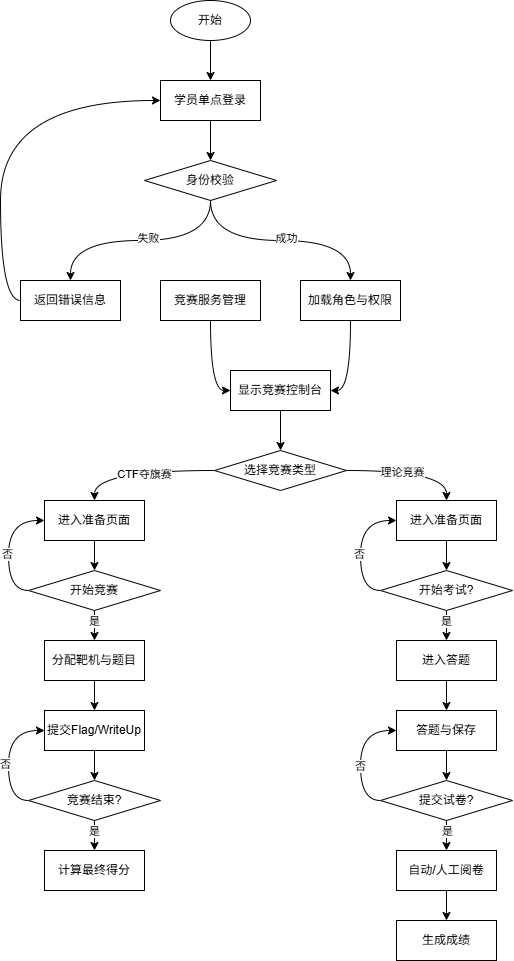
Before: 竞赛一体化平台系统信息流程图.png, a diagram exported from draw.io (BlueTeethAC/drowIOWarehouse). Source tidied: cells renumbered, new cells last; positions are measured from the earlier drawing's top-left corner, leaving out a move shared by most shapes.
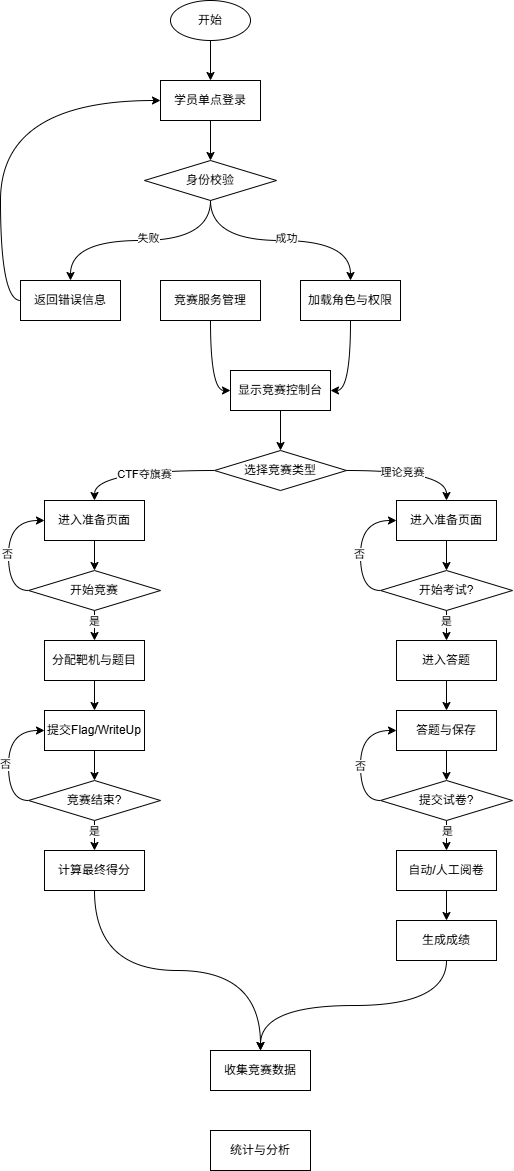
The same diagram one commit later.

Commit message:
更新竞赛一体化平台系统信息流程图.png

Diff of the diagram source:
```diff
@@ -116,6 +116,9 @@
     <mxCell id="39" value="竞赛结束?" style="rhombus;whiteSpace=wrap;html=1;" parent="1" vertex="1">
       <mxGeometry x="8" y="780" width="132" height="40" as="geometry" />
     </mxCell>
+    <mxCell id="60" style="edgeStyle=orthogonalEdgeStyle;curved=1;rounded=0;jettySize=auto;html=1;exitX=0.5;exitY=1;exitDx=0;exitDy=0;" parent="1" edge="1" source="40" target="62">
+      <mxGeometry relative="1" as="geometry" />
+    </mxCell>
     <mxCell id="40" value="计算最终得分" style="rounded=0;whiteSpace=wrap;html=1;" parent="1" vertex="1">
       <mxGeometry x="24" y="850" width="100" height="40" as="geometry" />
     </mxCell>
@@ -173,8 +176,17 @@
     <mxCell id="58" value="自动/人工阅卷" style="rounded=0;whiteSpace=wrap;html=1;" parent="1" vertex="1">
       <mxGeometry x="376" y="850" width="100" height="40" as="geometry" />
     </mxCell>
+    <mxCell id="61" style="edgeStyle=orthogonalEdgeStyle;curved=1;rounded=0;jettySize=auto;html=1;exitX=0.5;exitY=1;exitDx=0;exitDy=0;entryX=0.5;entryY=0;entryDx=0;entryDy=0;" parent="1" edge="1" source="59" target="62">
+      <mxGeometry relative="1" as="geometry" />
+    </mxCell>
     <mxCell id="59" value="生成成绩" style="rounded=0;whiteSpace=wrap;html=1;" parent="1" vertex="1">
       <mxGeometry x="376" y="920" width="100" height="40" as="geometry" />
     </mxCell>
+    <mxCell id="62" value="收集竞赛数据" style="rounded=0;whiteSpace=wrap;html=1;" parent="1" vertex="1">
+      <mxGeometry x="190" y="1050" width="100" height="40" as="geometry" />
+    </mxCell>
+    <mxCell id="63" value="统计与分析" style="rounded=0;whiteSpace=wrap;html=1;" parent="1" vertex="1">
+      <mxGeometry x="190" y="1130" width="100" height="40" as="geometry" />
+    </mxCell>
   </root>
 </mxGraphModel>
```
